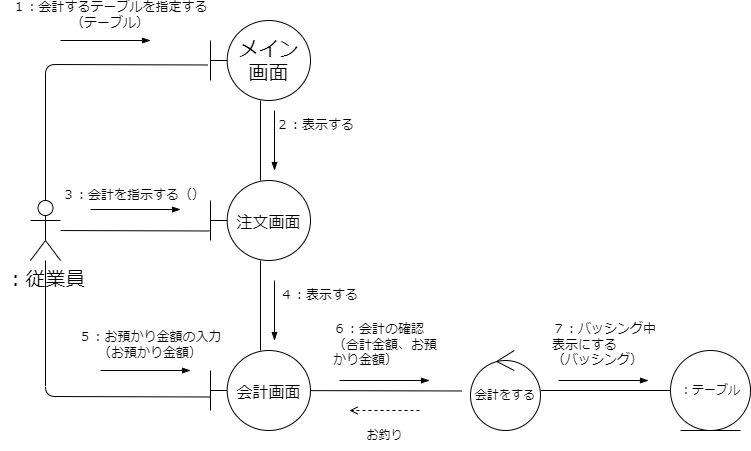
Earlier version of the draw.io export psp4/コミュニケーション図/コミュニケーション図_会計.drawio.png (MasakiHiguchi/---). Source tidied: cells renumbered, new cells last; positions are measured from the earlier drawing's top-left corner, leaving out a move shared by most shapes.
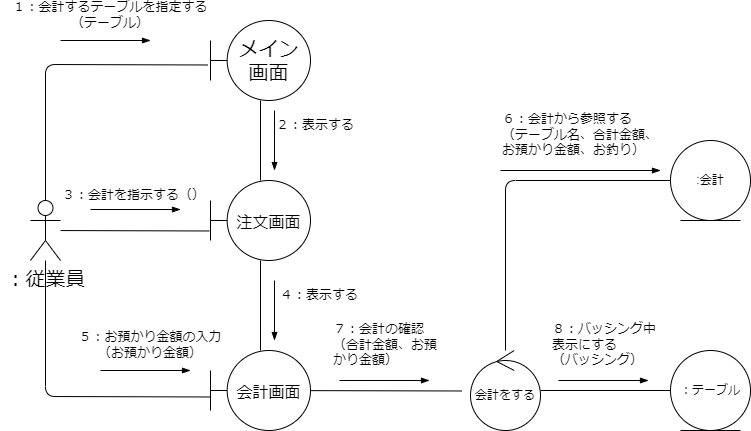
After the change.

Change to the diagram source:
```diff
@@ -88,13 +88,20 @@
     <mxCell id="22" style="edgeStyle=none;html=1;entryX=0;entryY=0.5;entryDx=0;entryDy=0;endArrow=none;endFill=0;" parent="1" edge="1" source="23" target="24">
       <mxGeometry relative="1" as="geometry" />
     </mxCell>
+    <mxCell id="31" style="edgeStyle=none;html=1;entryX=0;entryY=0.5;entryDx=0;entryDy=0;endArrow=none;endFill=0;" parent="1" edge="1" source="23" target="32">
+      <mxGeometry relative="1" as="geometry">
+        <Array as="points">
+          <mxPoint x="505" y="180" />
+        </Array>
+      </mxGeometry>
+    </mxCell>
     <mxCell id="23" value="会計をする" style="ellipse;shape=umlControl;whiteSpace=wrap;html=1;" parent="1" vertex="1">
       <mxGeometry x="470" y="350" width="70" height="80" as="geometry" />
     </mxCell>
     <mxCell id="24" value="：テーブル" style="ellipse;shape=umlEntity;whiteSpace=wrap;html=1;" parent="1" vertex="1">
       <mxGeometry x="670" y="350" width="80" height="80" as="geometry" />
     </mxCell>
-    <mxCell id="25" value="６：会計の確認（合計金額、お預かり金額）" style="text;html=1;strokeColor=none;fillColor=none;align=left;verticalAlign=middle;whiteSpace=wrap;rounded=0;hachureGap=4;fontFamily=Architects Daughter;fontSource=https%3A%2F%2Ffonts.googleapis.com%2Fcss%3Ffamily%3DArchitects%2BDaughter;fontSize=13;" parent="1" vertex="1">
+    <mxCell id="25" value="７：会計の確認（合計金額、お預かり金額）" style="text;html=1;strokeColor=none;fillColor=none;align=left;verticalAlign=middle;whiteSpace=wrap;rounded=0;hachureGap=4;fontFamily=Architects Daughter;fontSource=https%3A%2F%2Ffonts.googleapis.com%2Fcss%3Ffamily%3DArchitects%2BDaughter;fontSize=13;" parent="1" vertex="1">
       <mxGeometry x="331" y="330" width="106" height="30" as="geometry" />
     </mxCell>
     <mxCell id="26" style="endArrow=blockThin;html=1;endFill=1;" parent="1" edge="1">
@@ -103,16 +110,7 @@
         <mxPoint x="429" y="380" as="targetPoint" />
       </mxGeometry>
     </mxCell>
-    <mxCell id="27" style="endArrow=open;dashed=1;html=1;endFill=0;" parent="1" edge="1">
-      <mxGeometry relative="1" as="geometry">
-        <mxPoint x="419" y="410" as="sourcePoint" />
-        <mxPoint x="349" y="410" as="targetPoint" />
-      </mxGeometry>
-    </mxCell>
-    <mxCell id="28" value="お釣り" style="text;html=1;align=center;verticalAlign=middle;strokeColor=none;fillColor=none;" parent="1" vertex="1">
-      <mxGeometry x="354" y="420" width="60" height="30" as="geometry" />
-    </mxCell>
-    <mxCell id="29" value="７：バッシング中表示にする&lt;br&gt;（バッシング）" style="text;html=1;strokeColor=none;fillColor=none;align=left;verticalAlign=middle;whiteSpace=wrap;rounded=0;hachureGap=4;fontFamily=Architects Daughter;fontSource=https%3A%2F%2Ffonts.googleapis.com%2Fcss%3Ffamily%3DArchitects%2BDaughter;fontSize=13;" parent="1" vertex="1">
+    <mxCell id="29" value="８：バッシング中表示にする&lt;br&gt;（バッシング）" style="text;html=1;strokeColor=none;fillColor=none;align=left;verticalAlign=middle;whiteSpace=wrap;rounded=0;hachureGap=4;fontFamily=Architects Daughter;fontSource=https%3A%2F%2Ffonts.googleapis.com%2Fcss%3Ffamily%3DArchitects%2BDaughter;fontSize=13;" parent="1" vertex="1">
       <mxGeometry x="550" y="330" width="106" height="30" as="geometry" />
     </mxCell>
     <mxCell id="30" style="endArrow=blockThin;html=1;endFill=1;" parent="1" edge="1">
@@ -121,5 +119,17 @@
         <mxPoint x="648" y="380" as="targetPoint" />
       </mxGeometry>
     </mxCell>
+    <mxCell id="32" value=":会計" style="ellipse;shape=umlEntity;whiteSpace=wrap;html=1;" parent="1" vertex="1">
+      <mxGeometry x="670" y="140" width="80" height="80" as="geometry" />
+    </mxCell>
+    <mxCell id="33" style="endArrow=blockThin;html=1;endFill=1;" parent="1" edge="1">
+      <mxGeometry relative="1" as="geometry">
+        <mxPoint x="500" y="170" as="sourcePoint" />
+        <mxPoint x="660" y="170" as="targetPoint" />
+      </mxGeometry>
+    </mxCell>
+    <mxCell id="34" value="６：会計から参照する&lt;br&gt;（テーブル名、合計金額、お預かり金額、お釣り）" style="text;html=1;strokeColor=none;fillColor=none;align=left;verticalAlign=middle;whiteSpace=wrap;rounded=0;hachureGap=4;fontFamily=Architects Daughter;fontSource=https%3A%2F%2Ffonts.googleapis.com%2Fcss%3Ffamily%3DArchitects%2BDaughter;fontSize=13;" parent="1" vertex="1">
+      <mxGeometry x="500" y="120" width="170" height="30" as="geometry" />
+    </mxCell>
   </root>
 </mxGraphModel>
```
